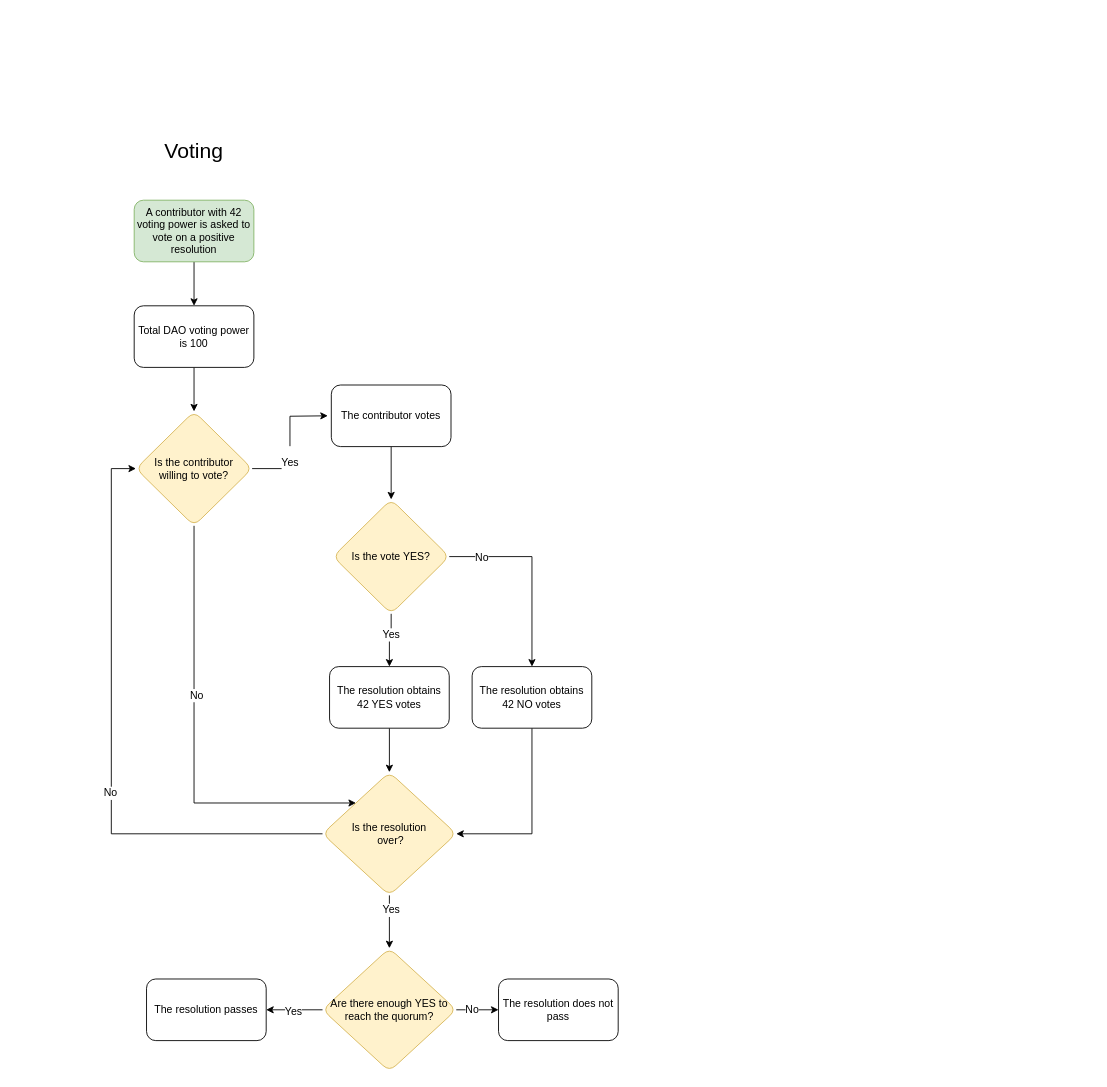
Above: voting.drawio in TelediskoDAO/docs (draw.io), before the change. Source tidied: cells renumbered, new cells numbered last; positions are measured from the earlier drawing's top-left corner, leaving out a move shared by most shapes. Both pictures are drawn from the tidied source at 88%, with x=0, y=0 at pixel (111, 138).
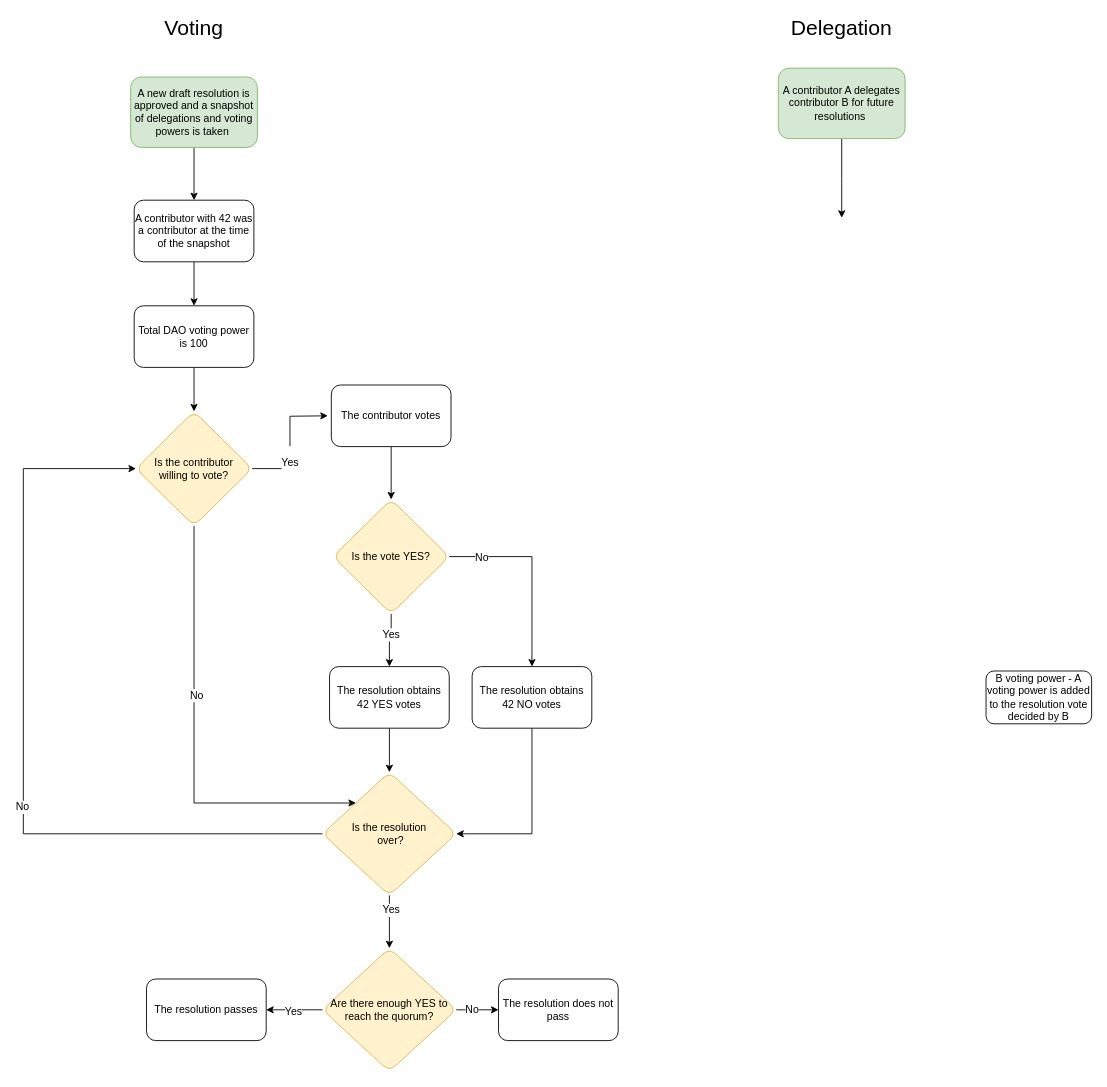
The same diagram, later.

The change refers to these unchanged cells:
```xml
<mxCell id="9" value="Is the contributor &lt;br&gt;willing to vote?" style="rhombus;whiteSpace=wrap;html=1;rounded=1;glass=0;strokeWidth=1;shadow=0;fillColor=#fff2cc;strokeColor=#d6b656;" parent="1" vertex="1">
  <mxGeometry x="28" y="310" width="132" height="130" as="geometry" />
</mxCell>
<mxCell id="25" value="Is the resolution&lt;br&gt;&amp;nbsp;over?" style="rhombus;whiteSpace=wrap;html=1;rounded=1;glass=0;strokeWidth=1;shadow=0;fillColor=#fff2cc;strokeColor=#d6b656;" parent="1" vertex="1">
  <mxGeometry x="240" y="720" width="152" height="140" as="geometry" />
</mxCell>
```

Diff of the diagram source:
```diff
@@
-    <mxCell id="3" value="A contributor with 42 voting power is asked to vote on a positive resolution" style="rounded=1;whiteSpace=wrap;html=1;fontSize=12;glass=0;strokeWidth=1;shadow=0;fillColor=#d5e8d4;strokeColor=#82b366;" parent="1" vertex="1">
+    <mxCell id="3" value="A contributor with 42 was a contributor at the time of the snapshot" style="rounded=1;whiteSpace=wrap;html=1;fontSize=12;glass=0;strokeWidth=1;shadow=0;" parent="1" vertex="1">
       <mxGeometry x="26" y="70" width="136" height="70" as="geometry" />
     </mxCell>
     <mxCell id="4" value="&lt;font style=&quot;font-size: 24px;&quot;&gt;Voting&lt;/font&gt;" style="text;html=1;strokeColor=none;fillColor=none;align=center;verticalAlign=middle;whiteSpace=wrap;rounded=0;" parent="1" vertex="1">
-      <mxGeometry x="64" width="60" height="30" as="geometry" />
+      <mxGeometry x="64" y="-140" width="60" height="30" as="geometry" />
     </mxCell>
@@
     <mxCell id="27" style="edgeStyle=orthogonalEdgeStyle;rounded=0;jettySize=auto;html=1;entryX=0;entryY=0.5;entryDx=0;entryDy=0;fontSize=12;exitX=0;exitY=0.5;exitDx=0;exitDy=0;" parent="1" edge="1" source="25" target="9">
       <mxGeometry relative="1" as="geometry">
         <Array as="points">
-          <mxPoint y="790" />
-          <mxPoint y="375" />
+          <mxPoint x="-100" y="790" />
+          <mxPoint x="-100" y="375" />
         </Array>
       </mxGeometry>
     </mxCell>
@@
+    <mxCell id="35" style="edgeStyle=orthogonalEdgeStyle;rounded=0;jettySize=auto;html=1;fontSize=12;" parent="1" edge="1" source="36" target="3">
+      <mxGeometry relative="1" as="geometry" />
+    </mxCell>
+    <mxCell id="36" value="A new draft resolution is approved and a snapshot of delegations and voting powers is taken&amp;nbsp;" style="rounded=1;whiteSpace=wrap;html=1;fontSize=12;glass=0;strokeWidth=1;shadow=0;fillColor=#d5e8d4;strokeColor=#82b366;" parent="1" vertex="1">
+      <mxGeometry x="22" y="-70" width="144" height="80" as="geometry" />
+    </mxCell>
+    <mxCell id="37" value="&lt;font style=&quot;font-size: 24px;&quot;&gt;Delegation&lt;/font&gt;" style="text;html=1;strokeColor=none;fillColor=none;align=center;verticalAlign=middle;whiteSpace=wrap;rounded=0;" parent="1" vertex="1">
+      <mxGeometry x="800" y="-140" width="60" height="30" as="geometry" />
+    </mxCell>
+    <mxCell id="38" style="edgeStyle=orthogonalEdgeStyle;rounded=0;jettySize=auto;html=1;fontSize=12;entryX=0.5;entryY=0;entryDx=0;entryDy=0;" parent="1" edge="1" source="39">
+      <mxGeometry relative="1" as="geometry">
+        <mxPoint x="830" y="90" as="targetPoint" />
+      </mxGeometry>
+    </mxCell>
+    <mxCell id="39" value="A contributor A delegates contributor B for future resolutions&amp;nbsp;" style="rounded=1;whiteSpace=wrap;html=1;fontSize=12;glass=0;strokeWidth=1;shadow=0;fillColor=#d5e8d4;strokeColor=#82b366;" parent="1" vertex="1">
+      <mxGeometry x="758" y="-80" width="144" height="80" as="geometry" />
+    </mxCell>
+    <mxCell id="40" value="B voting power - A voting power is added to the resolution vote decided by B" style="whiteSpace=wrap;html=1;rounded=1;glass=0;strokeWidth=1;shadow=0;" parent="1" vertex="1">
+      <mxGeometry x="994" y="605" width="120" height="60" as="geometry" />
+    </mxCell>
```
